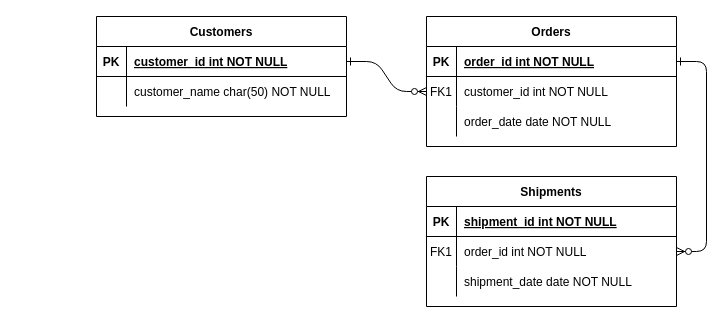
Before: DBInventory.drawio in DrDaxter/diagrams, a draw.io diagram. Source tidied: cells renumbered, new cells numbered last; positions are measured from the earlier drawing's top-left corner, leaving out a move shared by most shapes. Both pictures are drawn from the tidied source at 100%, with x=0, y=0 at pixel (96, 16).
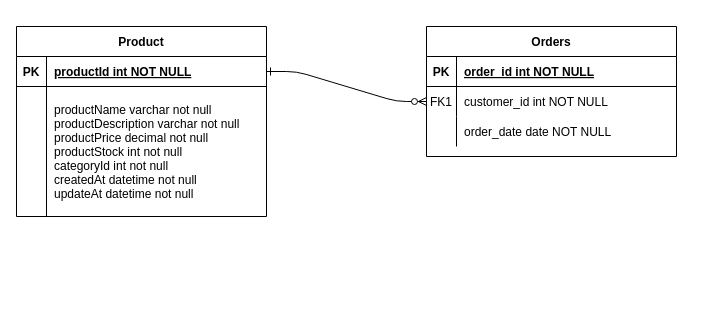
Above is the later version.

Unchanged cells that the change refers to:
```xml
<mxCell id="5" style="shape=partialRectangle;fillColor=none;points=[[0,0.5],[1,0.5]];portConstraint=eastwest;top=0;left=0;right=0;bottom=1;" parent="4" vertex="1">
  <mxGeometry y="30" width="250" height="30" as="geometry" />
</mxCell>
<mxCell id="25" style="shape=partialRectangle;fillColor=none;points=[[0,0.5],[1,0.5]];portConstraint=eastwest;top=0;left=0;right=0;bottom=1;" parent="24" vertex="1">
  <mxGeometry y="30" width="250" height="30" as="geometry" />
</mxCell>
```

Diff of the diagram source:
```diff
@@
-    <mxCell id="3" style="edgeStyle=entityRelationEdgeStyle;endArrow=ERzeroToMany;startArrow=ERone;endFill=1;startFill=0;" parent="1" edge="1" source="5" target="18">
-      <mxGeometry relative="1" as="geometry" />
-    </mxCell>
     <mxCell id="4" value="Orders" style="shape=table;startSize=30;childLayout=tableLayout;rowLines=0;fontStyle=1;align=center;" parent="1" vertex="1">
-      <mxGeometry x="330" width="250" height="130" as="geometry" />
+      <mxGeometry x="330" y="10" width="250" height="130" as="geometry" />
     </mxCell>
@@
-    <mxCell id="14" value="Shipments" style="shape=table;startSize=30;childLayout=tableLayout;rowLines=0;fontStyle=1;align=center;" parent="1" vertex="1">
-      <mxGeometry x="330" y="160" width="250" height="130" as="geometry" />
-    </mxCell>
-    <mxCell id="15" style="shape=partialRectangle;fillColor=none;top=0;left=0;right=0;bottom=1;" parent="14" vertex="1">
-      <mxGeometry y="30" width="250" height="30" as="geometry" />
-    </mxCell>
-    <mxCell id="16" value="PK" style="shape=partialRectangle;overflow=hidden;fillColor=none;top=0;left=0;bottom=0;right=0;fontStyle=1;" parent="15" vertex="1">
-      <mxGeometry width="30" height="30" as="geometry" />
-    </mxCell>
-    <mxCell id="17" value="shipment_id int NOT NULL " style="shape=partialRectangle;overflow=hidden;fillColor=none;top=0;left=0;bottom=0;right=0;align=left;spacingLeft=6;fontStyle=5;" parent="15" vertex="1">
-      <mxGeometry x="30" width="220" height="30" as="geometry" />
-    </mxCell>
-    <mxCell id="18" style="shape=partialRectangle;fillColor=none;points=[[0,0.5],[1,0.5]];portConstraint=eastwest;top=0;left=0;right=0;bottom=0;" parent="14" vertex="1">
-      <mxGeometry y="60" width="250" height="30" as="geometry" />
-    </mxCell>
-    <mxCell id="19" value="FK1" style="shape=partialRectangle;overflow=hidden;fillColor=none;top=0;left=0;bottom=0;right=0;" parent="18" vertex="1">
-      <mxGeometry width="30" height="30" as="geometry" />
-    </mxCell>
-    <mxCell id="20" value="order_id int NOT NULL" style="shape=partialRectangle;overflow=hidden;fillColor=none;top=0;left=0;bottom=0;right=0;align=left;spacingLeft=6;" parent="18" vertex="1">
-      <mxGeometry x="30" width="220" height="30" as="geometry" />
-    </mxCell>
-    <mxCell id="21" style="shape=partialRectangle;fillColor=none;top=0;left=0;right=0;bottom=0;" parent="14" vertex="1">
-      <mxGeometry y="90" width="250" height="30" as="geometry" />
-    </mxCell>
-    <mxCell id="22" style="shape=partialRectangle;overflow=hidden;fillColor=none;top=0;left=0;bottom=0;right=0;" parent="21" vertex="1">
-      <mxGeometry width="30" height="30" as="geometry" />
-    </mxCell>
-    <mxCell id="23" value="shipment_date date NOT NULL" style="shape=partialRectangle;overflow=hidden;fillColor=none;top=0;left=0;bottom=0;right=0;align=left;spacingLeft=6;" parent="21" vertex="1">
-      <mxGeometry x="30" width="220" height="30" as="geometry" />
-    </mxCell>
-    <mxCell id="24" value="Customers" style="shape=table;startSize=30;childLayout=tableLayout;rowLines=0;fontStyle=1;align=center;" parent="1" vertex="1">
-      <mxGeometry width="250" height="100" as="geometry" />
+    <mxCell id="24" value="Product" style="shape=table;startSize=30;childLayout=tableLayout;rowLines=0;fontStyle=1;align=center;" parent="1" vertex="1">
+      <mxGeometry x="-80" y="10" width="250" height="190" as="geometry" />
     </mxCell>
@@
-    <mxCell id="27" value="customer_id int NOT NULL " style="shape=partialRectangle;overflow=hidden;fillColor=none;top=0;left=0;bottom=0;right=0;align=left;spacingLeft=6;fontStyle=5;" parent="25" vertex="1">
+    <mxCell id="27" value="productId int NOT NULL " style="shape=partialRectangle;overflow=hidden;fillColor=none;top=0;left=0;bottom=0;right=0;align=left;spacingLeft=6;fontStyle=5;" parent="25" vertex="1">
       <mxGeometry x="30" width="220" height="30" as="geometry" />
     </mxCell>
     <mxCell id="28" style="shape=partialRectangle;fillColor=none;top=0;left=0;right=0;bottom=0;" parent="24" vertex="1">
-      <mxGeometry y="60" width="250" height="30" as="geometry" />
+      <mxGeometry y="60" width="250" height="130" as="geometry" />
     </mxCell>
     <mxCell id="29" style="shape=partialRectangle;overflow=hidden;fillColor=none;top=0;left=0;bottom=0;right=0;" parent="28" vertex="1">
-      <mxGeometry width="30" height="30" as="geometry" />
+      <mxGeometry width="30" height="130" as="geometry" />
     </mxCell>
-    <mxCell id="30" value="customer_name char(50) NOT NULL" style="shape=partialRectangle;overflow=hidden;fillColor=none;top=0;left=0;bottom=0;right=0;align=left;spacingLeft=6;" parent="28" vertex="1">
-      <mxGeometry x="30" width="220" height="30" as="geometry" />
+    <mxCell id="30" value="productName varchar not null&#10;productDescription varchar not null&#10;productPrice decimal not null&#10;productStock int not null&#10;categoryId int not null&#10;createdAt datetime not null&#10;updateAt datetime not null" style="shape=partialRectangle;overflow=hidden;fillColor=none;top=0;left=0;bottom=0;right=0;align=left;spacingLeft=6;" parent="28" vertex="1">
+      <mxGeometry x="30" width="220" height="130" as="geometry" />
     </mxCell>
```
